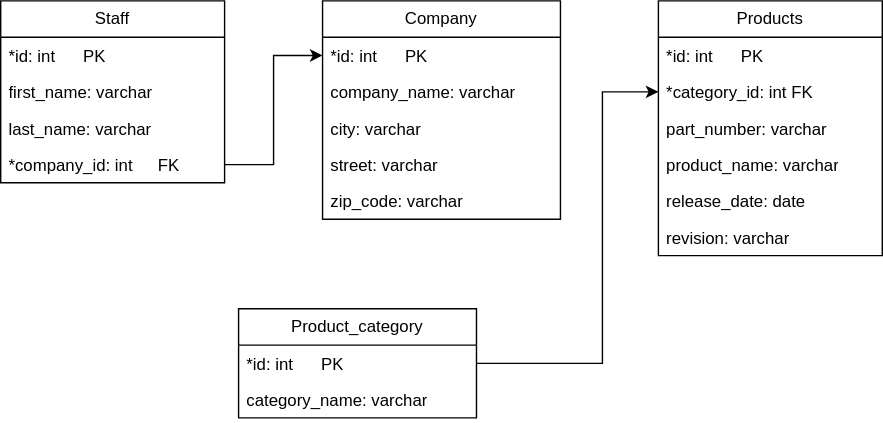
pejczykjr/Database_production keeps this draw.io diagram as UML diagram.svg. Above is the earlier version. Source tidied: cells renumbered, new cells last; positions are measured from the earlier drawing's top-left corner, leaving out a move shared by most shapes. The source it was exported from:
```xml
<mxGraphModel>
  <root>
    <mxCell id="0" />
    <mxCell id="1" parent="0" />
    <mxCell id="2" value="Staff" style="swimlane;fontStyle=0;horizontal=1;startSize=26;fillColor=none;whiteSpace=wrap;html=1;" parent="1" vertex="1">
      <mxGeometry width="160" height="130" as="geometry" />
    </mxCell>
    <mxCell id="3" value="*id: int&lt;span style=&quot;white-space: pre;&quot;&gt;&#9;&lt;/span&gt;PK" style="text;strokeColor=none;fillColor=none;align=left;verticalAlign=top;spacingLeft=4;spacingRight=4;overflow=hidden;whiteSpace=wrap;html=1;" parent="2" vertex="1">
      <mxGeometry y="26" width="160" height="26" as="geometry" />
    </mxCell>
    <mxCell id="4" value="first_name: varchar" style="text;strokeColor=none;fillColor=none;align=left;verticalAlign=top;spacingLeft=4;spacingRight=4;overflow=hidden;whiteSpace=wrap;html=1;" parent="2" vertex="1">
      <mxGeometry y="52" width="160" height="26" as="geometry" />
    </mxCell>
    <mxCell id="5" value="last_name: varchar" style="text;strokeColor=none;fillColor=none;align=left;verticalAlign=top;spacingLeft=4;spacingRight=4;overflow=hidden;whiteSpace=wrap;html=1;" parent="2" vertex="1">
      <mxGeometry y="78" width="160" height="26" as="geometry" />
    </mxCell>
    <mxCell id="6" value="*company_id: int&lt;span style=&quot;white-space: pre;&quot;&gt;&#9;&lt;/span&gt;FK" style="text;strokeColor=none;fillColor=none;align=left;verticalAlign=top;spacingLeft=4;spacingRight=4;overflow=hidden;points=[[0,0.5],[1,0.5]];portConstraint=eastwest;whiteSpace=wrap;html=1;" parent="2" vertex="1">
      <mxGeometry y="104" width="160" height="26" as="geometry" />
    </mxCell>
    <mxCell id="7" value="Company" style="swimlane;fontStyle=0;horizontal=1;startSize=26;fillColor=none;whiteSpace=wrap;html=1;" parent="1" vertex="1">
      <mxGeometry x="230" width="170" height="156" as="geometry" />
    </mxCell>
    <mxCell id="8" value="*id: int&lt;span style=&quot;white-space: pre;&quot;&gt;&#9;&lt;/span&gt;PK" style="text;strokeColor=none;fillColor=none;align=left;verticalAlign=top;spacingLeft=4;spacingRight=4;overflow=hidden;points=[[0,0.5],[1,0.5]];portConstraint=eastwest;whiteSpace=wrap;html=1;" parent="7" vertex="1">
      <mxGeometry y="26" width="170" height="26" as="geometry" />
    </mxCell>
    <mxCell id="9" value="company_name: varchar" style="text;strokeColor=none;fillColor=none;align=left;verticalAlign=top;spacingLeft=4;spacingRight=4;overflow=hidden;whiteSpace=wrap;html=1;" parent="7" vertex="1">
      <mxGeometry y="52" width="170" height="26" as="geometry" />
    </mxCell>
    <mxCell id="10" value="city: varchar" style="text;strokeColor=none;fillColor=none;align=left;verticalAlign=top;spacingLeft=4;spacingRight=4;overflow=hidden;whiteSpace=wrap;html=1;" parent="7" vertex="1">
      <mxGeometry y="78" width="170" height="26" as="geometry" />
    </mxCell>
    <mxCell id="11" value="street: varchar" style="text;strokeColor=none;fillColor=none;align=left;verticalAlign=top;spacingLeft=4;spacingRight=4;overflow=hidden;whiteSpace=wrap;html=1;" parent="7" vertex="1">
      <mxGeometry y="104" width="170" height="26" as="geometry" />
    </mxCell>
    <mxCell id="12" value="zip_code: varchar" style="text;strokeColor=none;fillColor=none;align=left;verticalAlign=top;spacingLeft=4;spacingRight=4;overflow=hidden;whiteSpace=wrap;html=1;" parent="7" vertex="1">
      <mxGeometry y="130" width="170" height="26" as="geometry" />
    </mxCell>
    <mxCell id="13" value="Products" style="swimlane;fontStyle=0;horizontal=1;startSize=26;fillColor=none;whiteSpace=wrap;html=1;" parent="1" vertex="1">
      <mxGeometry x="470" width="160" height="182" as="geometry" />
    </mxCell>
    <mxCell id="14" value="*id: int&lt;span style=&quot;white-space: pre;&quot;&gt;&#9;&lt;/span&gt;PK" style="text;strokeColor=none;fillColor=none;align=left;verticalAlign=top;spacingLeft=4;spacingRight=4;overflow=hidden;points=[[0,0.5],[1,0.5]];portConstraint=eastwest;whiteSpace=wrap;html=1;" parent="13" vertex="1">
      <mxGeometry y="26" width="160" height="26" as="geometry" />
    </mxCell>
    <mxCell id="15" value="*category_id: int FK" style="text;strokeColor=none;fillColor=none;align=left;verticalAlign=top;spacingLeft=4;spacingRight=4;overflow=hidden;points=[[0,0.5],[1,0.5]];portConstraint=eastwest;whiteSpace=wrap;html=1;" parent="13" vertex="1">
      <mxGeometry y="52" width="160" height="26" as="geometry" />
    </mxCell>
    <mxCell id="16" value="part_number: varchar" style="text;strokeColor=none;fillColor=none;align=left;verticalAlign=top;spacingLeft=4;spacingRight=4;overflow=hidden;whiteSpace=wrap;html=1;" parent="13" vertex="1">
      <mxGeometry y="78" width="160" height="26" as="geometry" />
    </mxCell>
    <mxCell id="17" value="product_name: varchar" style="text;strokeColor=none;fillColor=none;align=left;verticalAlign=top;spacingLeft=4;spacingRight=4;overflow=hidden;whiteSpace=wrap;html=1;" parent="13" vertex="1">
      <mxGeometry y="104" width="160" height="26" as="geometry" />
    </mxCell>
    <mxCell id="18" value="release_date: date" style="text;strokeColor=none;fillColor=none;align=left;verticalAlign=top;spacingLeft=4;spacingRight=4;overflow=hidden;whiteSpace=wrap;html=1;" parent="13" vertex="1">
      <mxGeometry y="130" width="160" height="26" as="geometry" />
    </mxCell>
    <mxCell id="19" value="revision: varchar" style="text;strokeColor=none;fillColor=none;align=left;verticalAlign=top;spacingLeft=4;spacingRight=4;overflow=hidden;whiteSpace=wrap;html=1;" parent="13" vertex="1">
      <mxGeometry y="156" width="160" height="26" as="geometry" />
    </mxCell>
    <mxCell id="20" value="Product_category" style="swimlane;fontStyle=0;horizontal=1;startSize=26;fillColor=none;whiteSpace=wrap;html=1;" parent="1" vertex="1">
      <mxGeometry x="170" y="220" width="170" height="78" as="geometry" />
    </mxCell>
    <mxCell id="21" value="*id: int&lt;span style=&quot;white-space: pre;&quot;&gt;&#9;&lt;/span&gt;PK" style="text;strokeColor=none;fillColor=none;align=left;verticalAlign=top;spacingLeft=4;spacingRight=4;overflow=hidden;points=[[0,0.5],[1,0.5]];portConstraint=eastwest;whiteSpace=wrap;html=1;" parent="20" vertex="1">
      <mxGeometry y="26" width="170" height="26" as="geometry" />
    </mxCell>
    <mxCell id="22" value="category_name: varchar" style="text;strokeColor=none;fillColor=none;align=left;verticalAlign=top;spacingLeft=4;spacingRight=4;overflow=hidden;whiteSpace=wrap;html=1;" parent="20" vertex="1">
      <mxGeometry y="52" width="170" height="26" as="geometry" />
    </mxCell>
    <mxCell id="23" style="edgeStyle=orthogonalEdgeStyle;rounded=0;jettySize=auto;html=1;exitX=1;exitY=0.5;exitDx=0;exitDy=0;entryX=0;entryY=0.5;entryDx=0;entryDy=0;" parent="1" edge="1" source="6" target="8">
      <mxGeometry relative="1" as="geometry" />
    </mxCell>
    <mxCell id="24" style="edgeStyle=orthogonalEdgeStyle;rounded=0;jettySize=auto;html=1;exitX=1;exitY=0.5;exitDx=0;exitDy=0;entryX=0;entryY=0.5;entryDx=0;entryDy=0;" parent="1" edge="1" source="21" target="15">
      <mxGeometry relative="1" as="geometry">
        <Array as="points">
          <mxPoint x="430" y="259" />
          <mxPoint x="430" y="65" />
        </Array>
      </mxGeometry>
    </mxCell>
  </root>
</mxGraphModel>
```
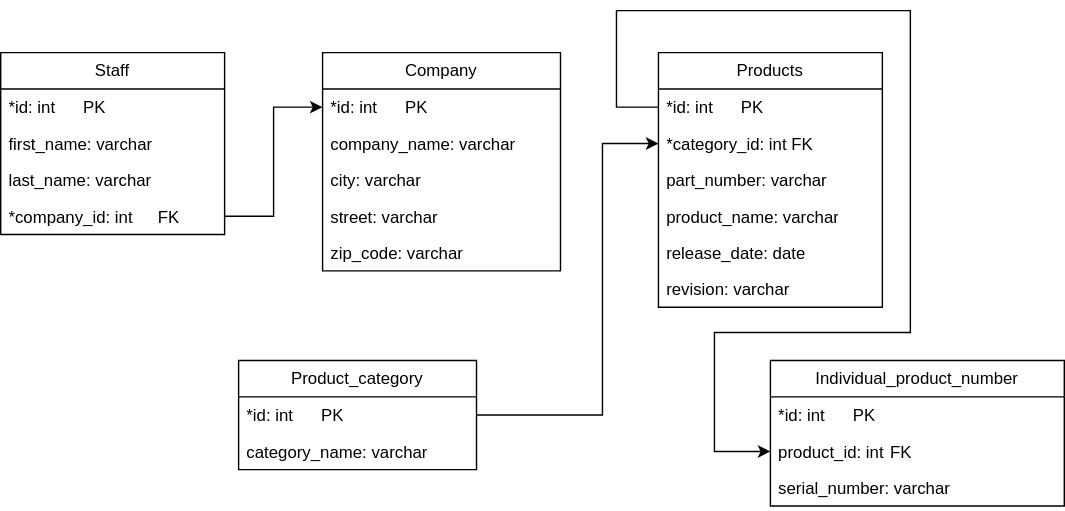
Later version of the same file.

What changed in the source:
```diff
@@ -76,5 +76,29 @@
         </Array>
       </mxGeometry>
     </mxCell>
+    <mxCell id="25" value="Individual_product_number" style="swimlane;fontStyle=0;horizontal=1;startSize=26;fillColor=none;whiteSpace=wrap;html=1;" parent="1" vertex="1">
+      <mxGeometry x="550" y="220" width="210" height="104" as="geometry" />
+    </mxCell>
+    <mxCell id="26" value="*id: int&lt;span style=&quot;white-space: pre;&quot;&gt;&#9;&lt;/span&gt;PK" style="text;strokeColor=none;fillColor=none;align=left;verticalAlign=top;spacingLeft=4;spacingRight=4;overflow=hidden;whiteSpace=wrap;html=1;" parent="25" vertex="1">
+      <mxGeometry y="26" width="210" height="26" as="geometry" />
+    </mxCell>
+    <mxCell id="27" value="product_id: int&lt;span style=&quot;white-space: pre;&quot;&gt;&#9;&lt;/span&gt;FK" style="text;strokeColor=none;fillColor=none;align=left;verticalAlign=top;spacingLeft=4;spacingRight=4;overflow=hidden;points=[[0,0.5],[1,0.5]];portConstraint=eastwest;whiteSpace=wrap;html=1;" parent="25" vertex="1">
+      <mxGeometry y="52" width="210" height="26" as="geometry" />
+    </mxCell>
+    <mxCell id="28" value="serial_number: varchar" style="text;strokeColor=none;fillColor=none;align=left;verticalAlign=top;spacingLeft=4;spacingRight=4;overflow=hidden;whiteSpace=wrap;html=1;" parent="25" vertex="1">
+      <mxGeometry y="78" width="210" height="26" as="geometry" />
+    </mxCell>
+    <mxCell id="29" style="edgeStyle=orthogonalEdgeStyle;rounded=0;jettySize=auto;html=1;exitX=0;exitY=0.5;exitDx=0;exitDy=0;entryX=0;entryY=0.5;entryDx=0;entryDy=0;" parent="1" edge="1" source="14" target="27">
+      <mxGeometry relative="1" as="geometry">
+        <Array as="points">
+          <mxPoint x="440" y="39" />
+          <mxPoint x="440" y="-30" />
+          <mxPoint x="650" y="-30" />
+          <mxPoint x="650" y="200" />
+          <mxPoint x="510" y="200" />
+          <mxPoint x="510" y="285" />
+        </Array>
+      </mxGeometry>
+    </mxCell>
   </root>
 </mxGraphModel>
```
